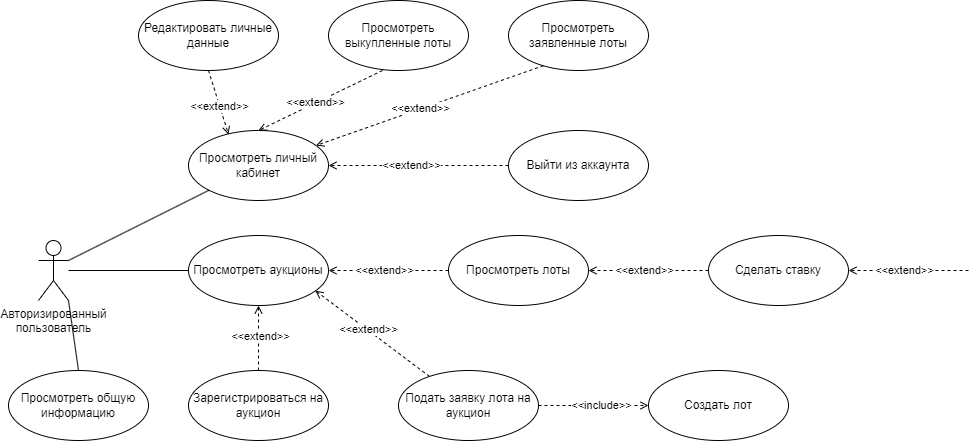
Above: diagrams/Use_Case/Авторизованный пользователь.png in Demiurge451/auction (draw.io), before the change. Source tidied: cells renumbered, new cells last; positions are measured from the earlier drawing's top-left corner, leaving out a move shared by most shapes.
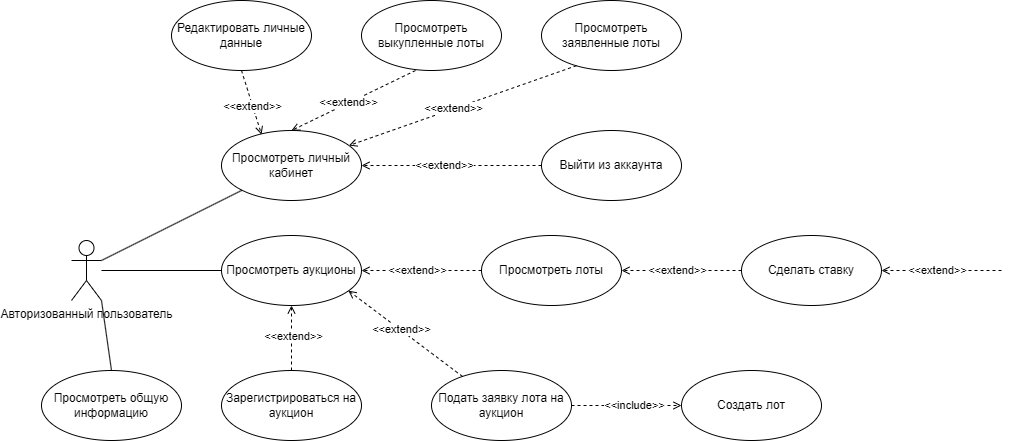
The same diagram one commit later.

Commit message:
update use case

Change to the diagram source:
```diff
@@ -2,7 +2,7 @@
   <root>
     <mxCell id="0" />
     <mxCell id="1" parent="0" />
-    <mxCell id="2" value="Авторизированный&lt;br&gt;пользователь" style="shape=umlActor;verticalLabelPosition=bottom;verticalAlign=top;html=1;" parent="1" vertex="1">
+    <mxCell id="2" value="Авторизованный пользователь" style="shape=umlActor;verticalLabelPosition=bottom;verticalAlign=top;html=1;" parent="1" vertex="1">
       <mxGeometry x="30" y="240" width="30" height="60" as="geometry" />
     </mxCell>
     <mxCell id="3" value="Просмотреть личный кабинет" style="ellipse;whiteSpace=wrap;html=1;" parent="1" vertex="1">
```
